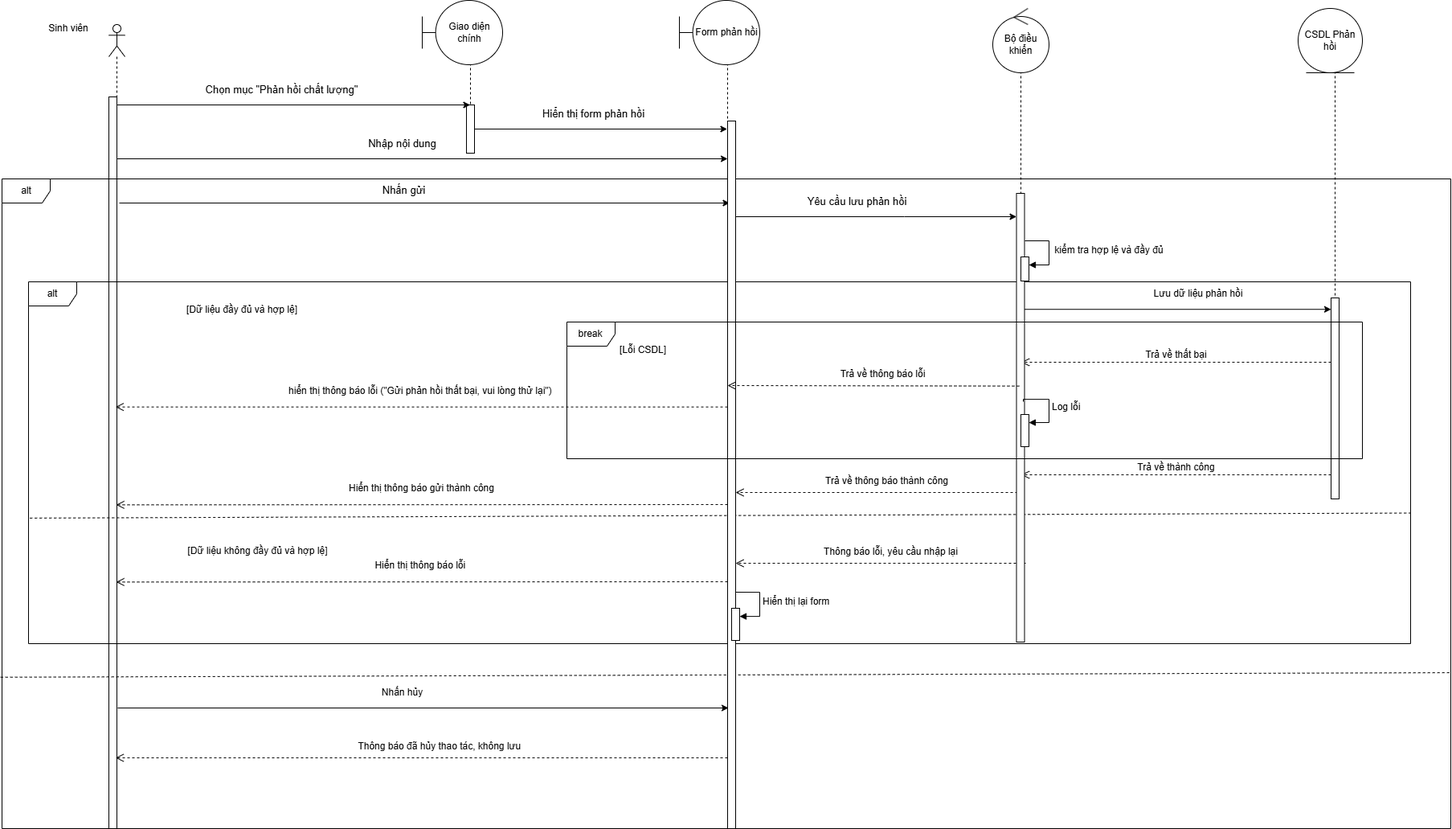
giakhang1704/SE_REPORT keeps this draw.io diagram as Image/phanhoi-Trang-1.drawio.png. Above is the earlier version. Source tidied: cells renumbered, new cells last; positions are measured from the earlier drawing's top-left corner, leaving out a move shared by most shapes.
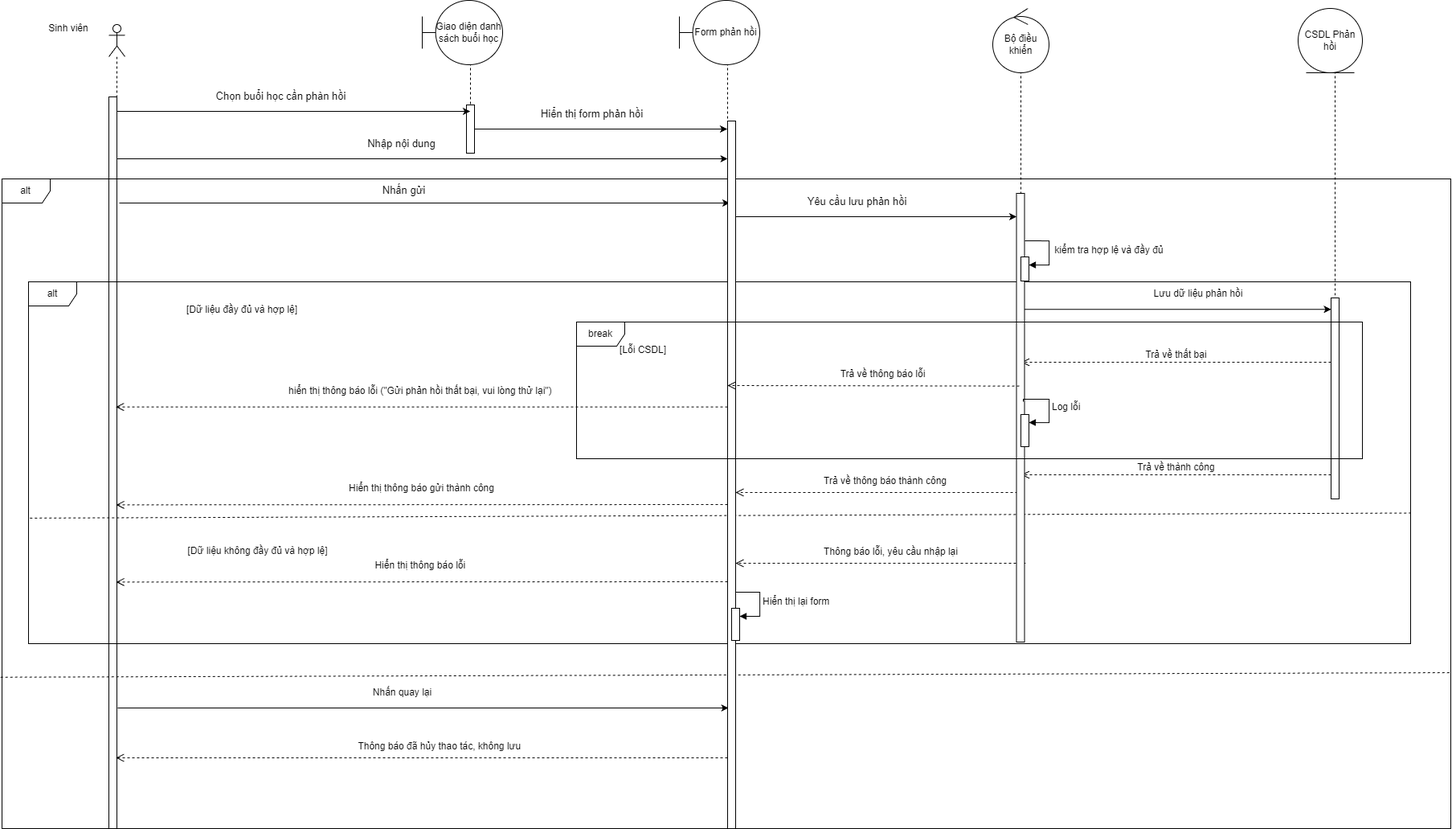
Above is the later version.

Commit message:
fix(sequence + active diagram): fix useces phản hồi

Diff of the diagram source:
```diff
@@ -17,7 +17,7 @@
     <mxCell id="6" style="html=1;points=[[0,0,0,0,5],[0,1,0,0,-5],[1,0,0,0,5],[1,1,0,0,-5]];perimeter=orthogonalPerimeter;outlineConnect=0;targetShapes=umlLifeline;portConstraint=eastwest;newEdgeStyle={&quot;curved&quot;:0,&quot;rounded&quot;:0};fontStyle=0;" parent="5" vertex="1">
       <mxGeometry x="15" y="110" width="10" height="60" as="geometry" />
     </mxCell>
-    <mxCell id="7" value="Giao diện chính" style="shape=umlBoundary;whiteSpace=wrap;html=1;fontStyle=0;" parent="1" vertex="1">
+    <mxCell id="7" value="Giao diện danh sách buổi học" style="shape=umlBoundary;whiteSpace=wrap;html=1;fontStyle=0;" parent="1" vertex="1">
       <mxGeometry x="523" width="100" height="80" as="geometry" />
     </mxCell>
     <mxCell id="8" value="CSDL Phản hồi" style="ellipse;shape=umlEntity;whiteSpace=wrap;html=1;fontStyle=0;" parent="1" vertex="1">
@@ -40,11 +40,11 @@
     </mxCell>
     <mxCell id="14" style="endArrow=classic;html=1;rounded=0;fontStyle=0;" parent="1" edge="1">
       <mxGeometry relative="1" as="geometry">
-        <mxPoint x="142.4" y="130" as="sourcePoint" />
-        <mxPoint x="582.5" y="130" as="targetPoint" />
+        <mxPoint x="142.4" y="138" as="sourcePoint" />
+        <mxPoint x="582.5" y="138" as="targetPoint" />
       </mxGeometry>
     </mxCell>
-    <mxCell id="15" value="&lt;span style=&quot;font-family: sans-serif; font-size: 13px; text-align: start;&quot;&gt;Chọn mục &quot;Phản hồi chất lượng&quot;&lt;/span&gt;" style="edgeLabel;html=1;align=center;verticalAlign=middle;fontStyle=0;" parent="14" vertex="1">
+    <mxCell id="15" value="&lt;span style=&quot;font-family: sans-serif; font-size: 13px; text-align: start;&quot;&gt;Chọn buổi học cần phàn hồi&lt;/span&gt;" style="edgeLabel;html=1;align=center;verticalAlign=middle;fontStyle=0;" parent="14" vertex="1">
       <mxGeometry x="-0.07" y="-1" relative="1" as="geometry">
         <mxPoint y="-21" as="offset" />
       </mxGeometry>
@@ -153,7 +153,7 @@
         <mxPoint x="904" y="880" as="targetPoint" />
       </mxGeometry>
     </mxCell>
-    <mxCell id="38" value="&lt;div style=&quot;text-align: start;&quot;&gt;&lt;font face=&quot;sans-serif&quot;&gt;&lt;span&gt;Nhấn hủy&lt;/span&gt;&lt;/font&gt;&lt;/div&gt;" style="edgeLabel;html=1;align=center;verticalAlign=middle;fontStyle=0;fontSize=12;" parent="37" vertex="1">
+    <mxCell id="38" value="&lt;div style=&quot;text-align: start;&quot;&gt;&lt;font face=&quot;sans-serif&quot;&gt;&lt;span&gt;Nhấn quay lại&lt;/span&gt;&lt;/font&gt;&lt;/div&gt;" style="edgeLabel;html=1;align=center;verticalAlign=middle;fontStyle=0;fontSize=12;" parent="37" vertex="1">
       <mxGeometry x="-0.07" y="-1" relative="1" as="geometry">
         <mxPoint y="-21" as="offset" />
       </mxGeometry>
@@ -217,7 +217,7 @@
       <mxGeometry x="903" y="150" width="10" height="880" as="geometry" />
     </mxCell>
     <mxCell id="51" value="break" style="shape=umlFrame;whiteSpace=wrap;html=1;fontStyle=0;" parent="1" vertex="1">
-      <mxGeometry x="703" y="400" width="990" height="170" as="geometry" />
+      <mxGeometry x="715" y="400" width="978" height="170" as="geometry" />
     </mxCell>
     <mxCell id="52" style="html=1;points=[[0,0,0,0,5],[0,1,0,0,-5],[1,0,0,0,5],[1,1,0,0,-5]];perimeter=orthogonalPerimeter;outlineConnect=0;targetShapes=umlLifeline;portConstraint=eastwest;newEdgeStyle={&quot;curved&quot;:0,&quot;rounded&quot;:0};fontStyle=0;" parent="1" vertex="1">
       <mxGeometry x="908" y="756" width="10" height="40" as="geometry" />
```
